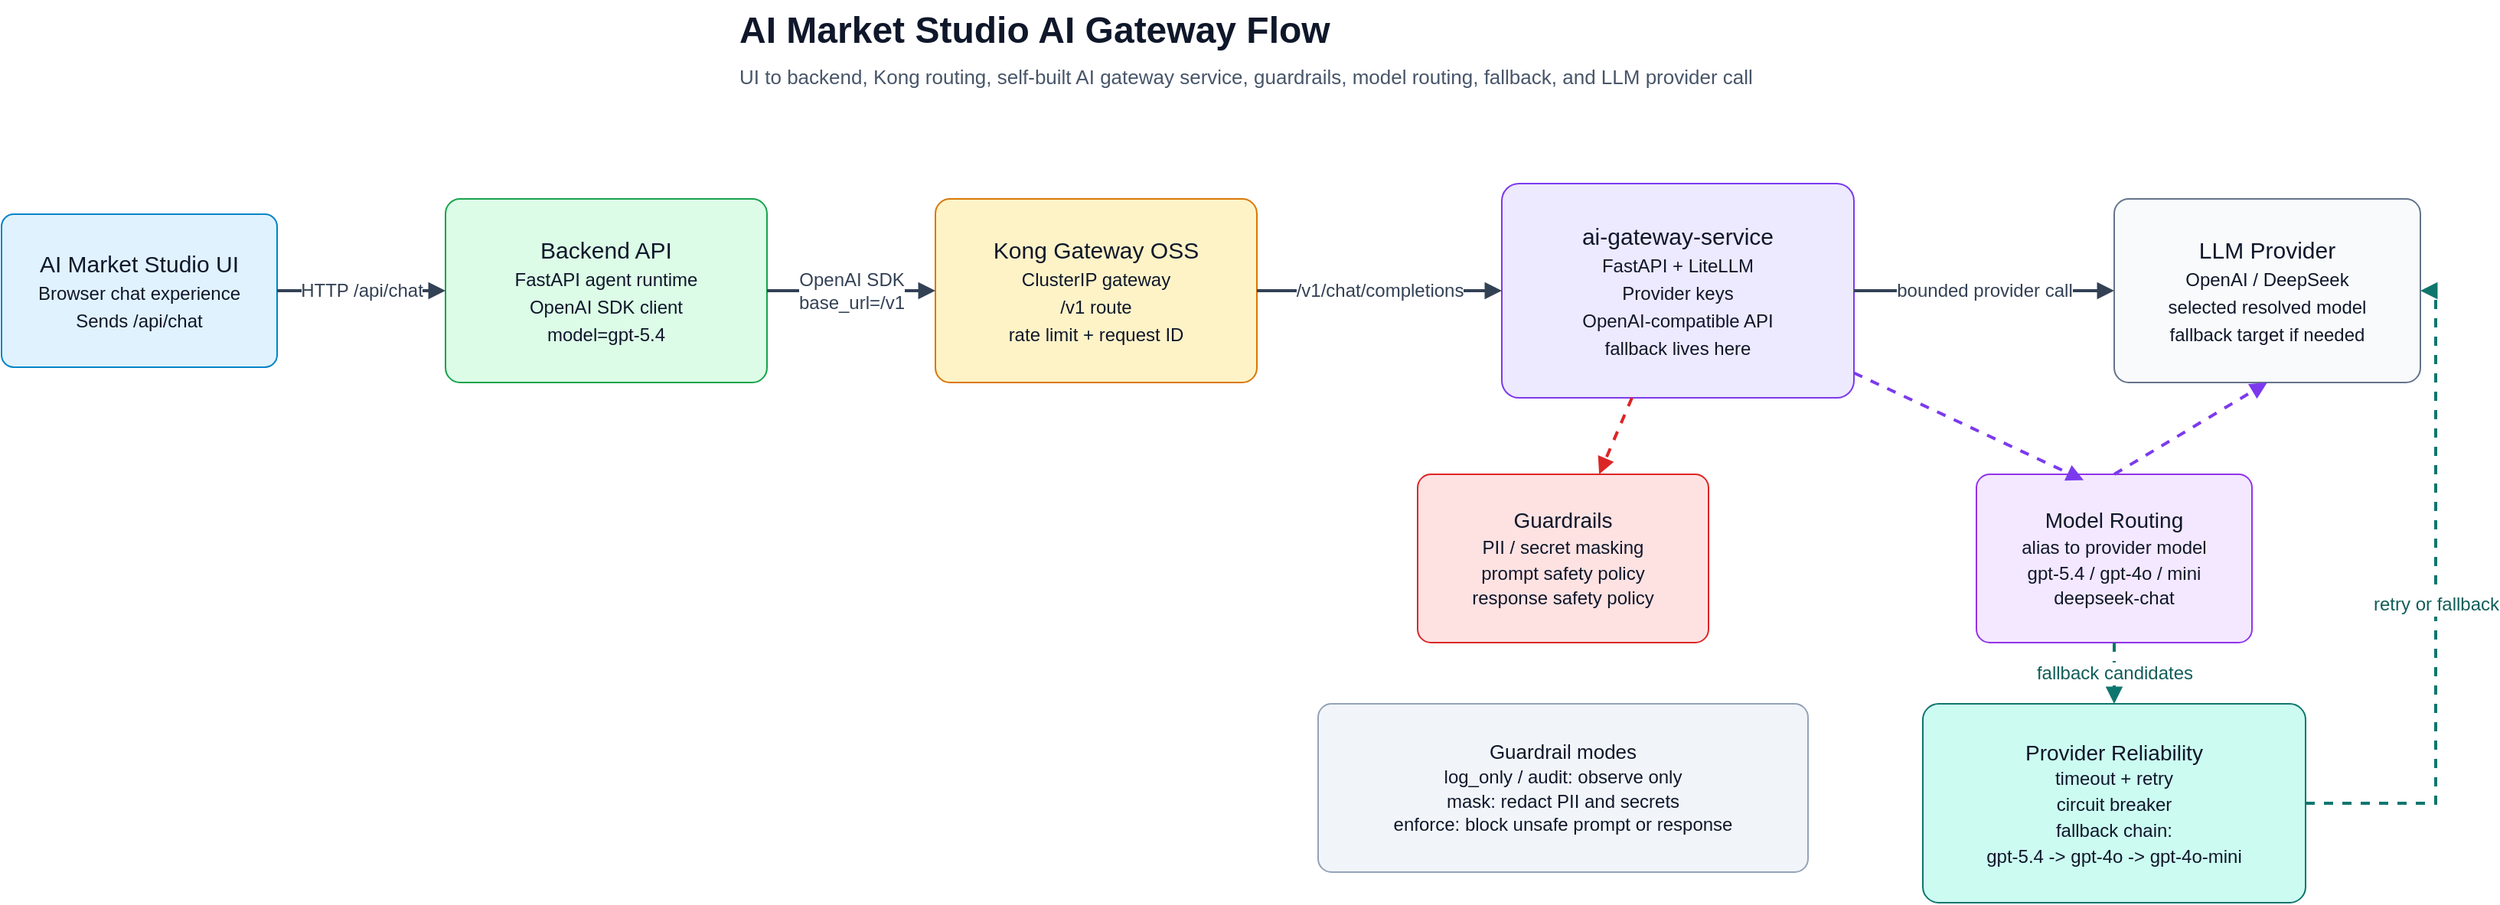
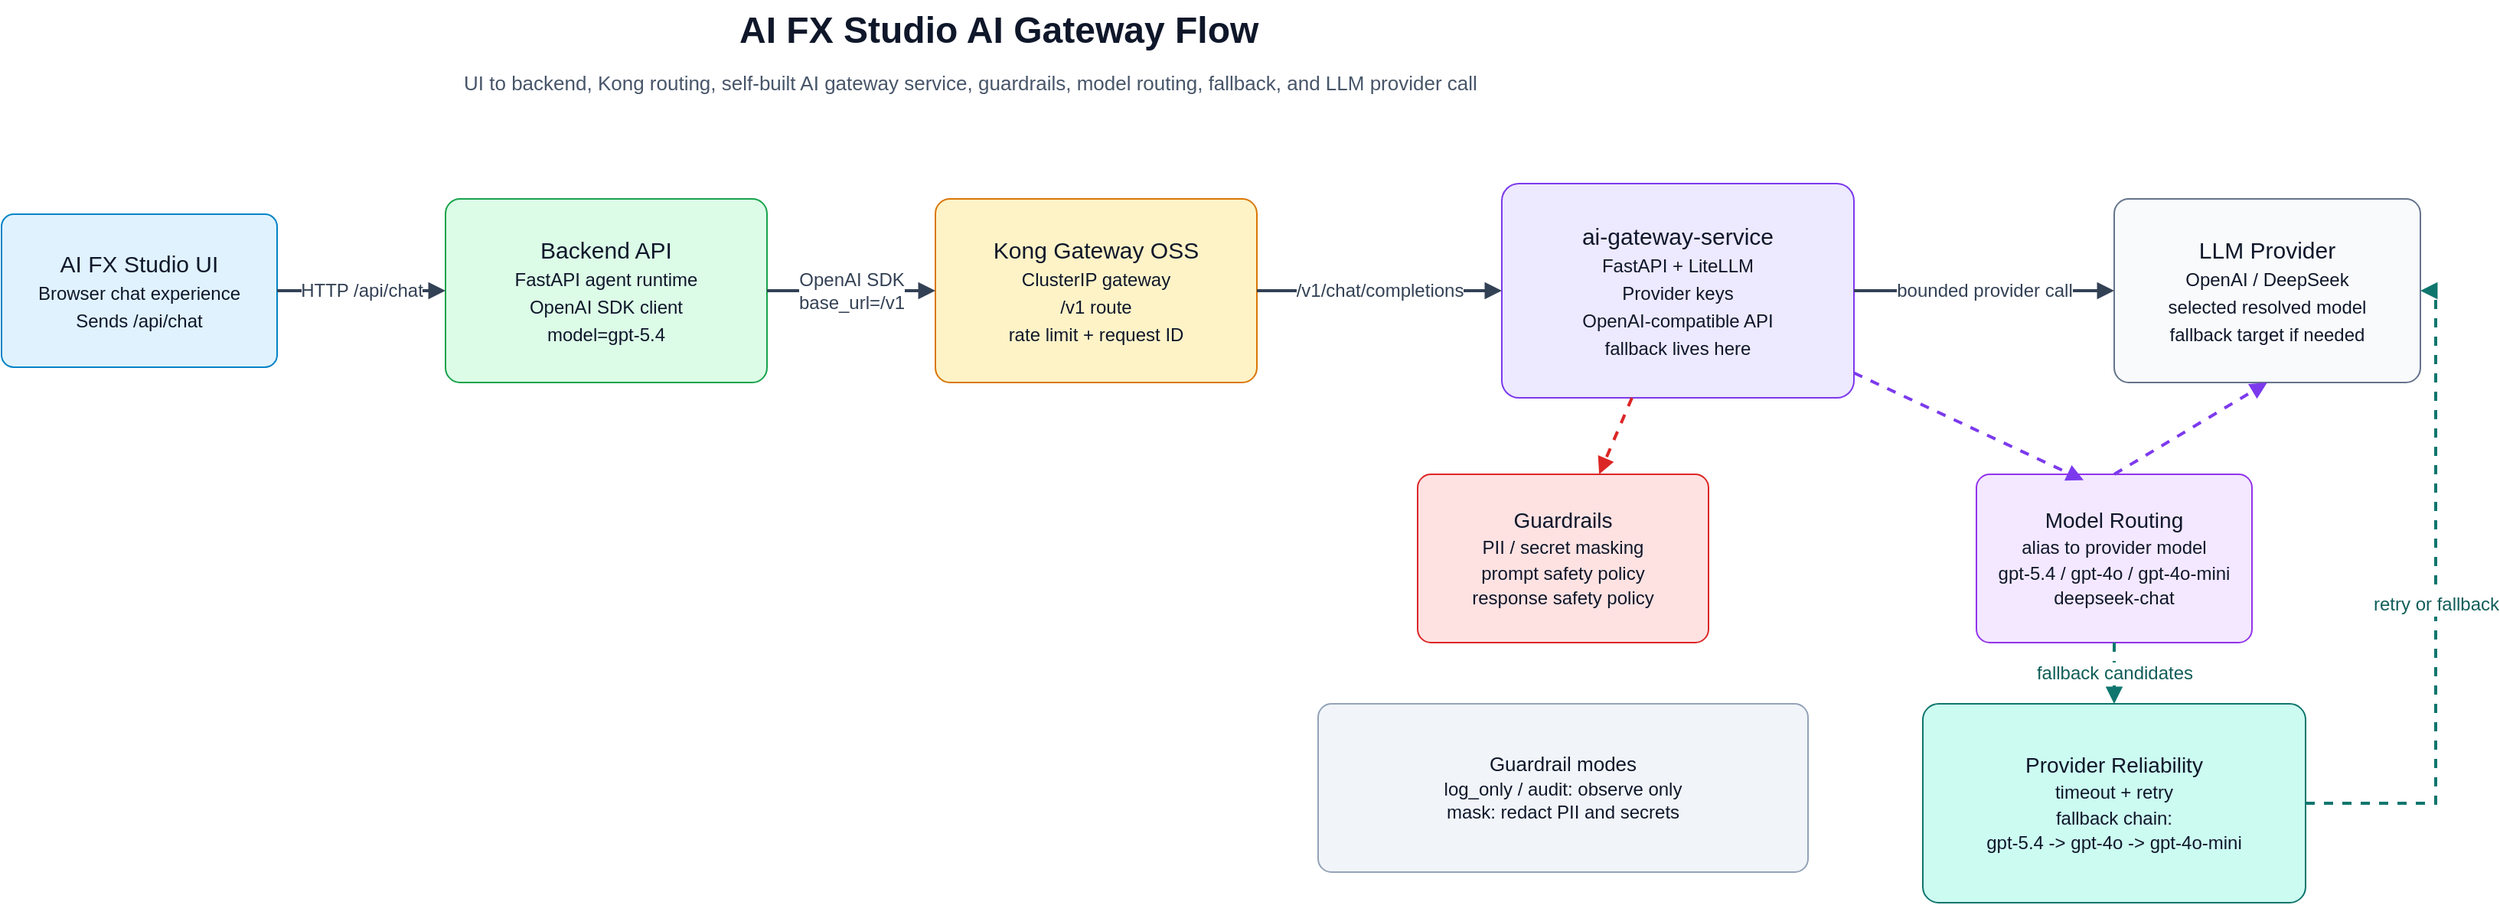
<mxfile host="Electron" agent="Mozilla/5.0 (Windows NT 10.0; Win64; x64) AppleWebKit/537.36 (KHTML, like Gecko) draw.io/29.6.6 Chrome/144.0.7559.236 Electron/40.8.4 Safari/537.36" version="29.6.6">
  <diagram id="d1o7QJQkpr1m-Xnipkdr" name="AI Gateway Flow">
-     <mxGraphModel dx="3487" dy="971" grid="1" gridSize="10" guides="1" tooltips="1" connect="1" arrows="1" fold="1" page="1" pageScale="1" pageWidth="1600" pageHeight="760" math="0" shadow="0">
+     <mxGraphModel dx="3592" dy="1024" grid="1" gridSize="10" guides="1" tooltips="1" connect="1" arrows="1" fold="1" page="1" pageScale="1" pageWidth="1600" pageHeight="760" math="0" shadow="0">
      <root>
        <mxCell id="0" />
        <mxCell id="1" parent="0" />
-         <mxCell id="title" parent="1" style="text;html=1;strokeColor=none;fillColor=none;align=left;verticalAlign=middle;whiteSpace=wrap;rounded=0;fontSize=24;fontStyle=1;fontColor=#0f172a;" value="AI Market Studio AI Gateway Flow" vertex="1">
+         <mxCell id="title" parent="1" style="text;html=1;strokeColor=none;fillColor=none;align=left;verticalAlign=middle;whiteSpace=wrap;rounded=0;fontSize=24;fontStyle=1;fontColor=#0f172a;" value="AI FX Studio AI Gateway Flow" vertex="1">
          <mxGeometry height="40" width="560" x="380" y="20" as="geometry" />
        </mxCell>
        <mxCell id="subtitle" parent="1" style="text;html=1;strokeColor=none;fillColor=none;align=left;verticalAlign=middle;whiteSpace=wrap;rounded=0;fontSize=13;fontColor=#475569;" value="UI to backend, Kong routing, self-built AI gateway service, guardrails, model routing, fallback, and LLM provider call" vertex="1">
-           <mxGeometry height="28" width="840" x="380" y="56" as="geometry" />
+           <mxGeometry height="28" width="840" x="200" y="60" as="geometry" />
        </mxCell>
-         <mxCell id="ui" parent="1" style="rounded=1;whiteSpace=wrap;html=1;arcSize=8;fillColor=#e0f2fe;strokeColor=#0284c7;fontColor=#0f172a;fontSize=15;spacing=10;" value="AI Market Studio UI&lt;br&gt;&lt;font style=&quot;font-size: 12px;&quot;&gt;Browser chat experience&lt;br&gt;Sends /api/chat&lt;/font&gt;" vertex="1">
+         <mxCell id="ui" parent="1" style="rounded=1;whiteSpace=wrap;html=1;arcSize=8;fillColor=#e0f2fe;strokeColor=#0284c7;fontColor=#0f172a;fontSize=15;spacing=10;" value="AI FX Studio UI&lt;br&gt;&lt;font style=&quot;font-size: 12px;&quot;&gt;Browser chat experience&lt;br&gt;Sends /api/chat&lt;/font&gt;" vertex="1">
          <mxGeometry height="100" width="180" x="-100" y="160" as="geometry" />
        </mxCell>
        <mxCell id="backend" parent="1" style="rounded=1;whiteSpace=wrap;html=1;arcSize=8;fillColor=#dcfce7;strokeColor=#16a34a;fontColor=#0f172a;fontSize=15;spacing=10;" value="Backend API&lt;br&gt;&lt;font style=&quot;font-size: 12px;&quot;&gt;FastAPI agent runtime&lt;br&gt;OpenAI SDK client&lt;br&gt;model=gpt-5.4&lt;/font&gt;" vertex="1">
          <mxGeometry height="120" width="210" x="190" y="150" as="geometry" />
        </mxCell>
        <mxCell id="kong" parent="1" style="rounded=1;whiteSpace=wrap;html=1;arcSize=8;fillColor=#fef3c7;strokeColor=#d97706;fontColor=#0f172a;fontSize=15;spacing=10;" value="Kong Gateway OSS&lt;br&gt;&lt;font style=&quot;font-size: 12px;&quot;&gt;ClusterIP gateway&lt;br&gt;/v1 route&lt;br&gt;rate limit + request ID&lt;/font&gt;" vertex="1">
          <mxGeometry height="120" width="210" x="510" y="150" as="geometry" />
        </mxCell>
        <mxCell id="gateway" parent="1" style="rounded=1;whiteSpace=wrap;html=1;arcSize=8;fillColor=#ede9fe;strokeColor=#7c3aed;fontColor=#0f172a;fontSize=15;spacing=10;" value="ai-gateway-service&lt;br&gt;&lt;font style=&quot;font-size: 12px;&quot;&gt;FastAPI + LiteLLM&lt;br&gt;Provider keys&lt;br&gt;OpenAI-compatible API&lt;br&gt;fallback lives here&lt;/font&gt;" vertex="1">
          <mxGeometry height="140" width="230" x="880" y="140" as="geometry" />
        </mxCell>
        <mxCell id="guardrails" parent="1" style="rounded=1;whiteSpace=wrap;html=1;arcSize=8;fillColor=#fee2e2;strokeColor=#dc2626;fontColor=#0f172a;fontSize=14;spacing=10;" value="Guardrails&lt;br&gt;&lt;font style=&quot;font-size: 12px;&quot;&gt;PII / secret masking&lt;br&gt;prompt safety policy&lt;br&gt;response safety policy&lt;/font&gt;" vertex="1">
          <mxGeometry height="110" width="190" x="825" y="330" as="geometry" />
        </mxCell>
-         <mxCell id="routing" parent="1" style="rounded=1;whiteSpace=wrap;html=1;arcSize=8;fillColor=#f3e8ff;strokeColor=#9333ea;fontColor=#0f172a;fontSize=14;spacing=10;" value="Model Routing&lt;br&gt;&lt;font style=&quot;font-size: 12px;&quot;&gt;alias to provider model&lt;br&gt;gpt-5.4 / gpt-4o / mini&lt;br&gt;deepseek-chat&lt;/font&gt;" vertex="1">
+         <mxCell id="routing" parent="1" style="rounded=1;whiteSpace=wrap;html=1;arcSize=8;fillColor=#f3e8ff;strokeColor=#9333ea;fontColor=#0f172a;fontSize=14;spacing=10;" value="Model Routing&lt;br&gt;&lt;font style=&quot;font-size: 12px;&quot;&gt;alias to provider model&lt;br&gt;gpt-5.4 / gpt-4o / gpt-4o-mini&lt;br&gt;deepseek-chat&lt;/font&gt;" vertex="1">
          <mxGeometry height="110" width="180" x="1190" y="330" as="geometry" />
        </mxCell>
-         <mxCell id="reliability" parent="1" style="rounded=1;whiteSpace=wrap;html=1;arcSize=8;fillColor=#ccfbf1;strokeColor=#0f766e;fontColor=#0f172a;fontSize=14;spacing=10;" value="Provider Reliability&lt;br&gt;&lt;font style=&quot;font-size: 12px;&quot;&gt;timeout + retry&lt;br&gt;circuit breaker&lt;br&gt;fallback chain:&lt;br&gt;gpt-5.4 -&amp;gt; gpt-4o -&amp;gt; gpt-4o-mini&lt;/font&gt;" vertex="1">
+         <mxCell id="reliability" parent="1" style="rounded=1;whiteSpace=wrap;html=1;arcSize=8;fillColor=#ccfbf1;strokeColor=#0f766e;fontColor=#0f172a;fontSize=14;spacing=10;" value="Provider Reliability&lt;br&gt;&lt;font style=&quot;font-size: 12px;&quot;&gt;timeout + retry&lt;br&gt;fallback chain:&lt;br&gt;gpt-5.4 -&amp;gt; gpt-4o -&amp;gt; gpt-4o-mini&lt;/font&gt;" vertex="1">
          <mxGeometry height="130" width="250" x="1155" y="480" as="geometry" />
        </mxCell>
        <mxCell id="provider" parent="1" style="rounded=1;whiteSpace=wrap;html=1;arcSize=8;fillColor=#f8fafc;strokeColor=#64748b;fontColor=#0f172a;fontSize=15;spacing=10;" value="LLM Provider&lt;br&gt;&lt;font style=&quot;font-size: 12px;&quot;&gt;OpenAI / DeepSeek&lt;br&gt;selected resolved model&lt;br&gt;fallback target if needed&lt;/font&gt;" vertex="1">
          <mxGeometry height="120" width="200" x="1280" y="150" as="geometry" />
        </mxCell>
-         <mxCell id="note" parent="1" style="rounded=1;whiteSpace=wrap;html=1;arcSize=8;fillColor=#f1f5f9;strokeColor=#94a3b8;fontColor=#0f172a;fontSize=13;spacing=10;" value="Guardrail modes&lt;br&gt;&lt;font style=&quot;font-size: 12px;&quot;&gt;log_only / audit: observe only&lt;br&gt;mask: redact PII and secrets&lt;br&gt;enforce: block unsafe prompt or response&lt;/font&gt;" vertex="1">
+         <mxCell id="note" parent="1" style="rounded=1;whiteSpace=wrap;html=1;arcSize=8;fillColor=#f1f5f9;strokeColor=#94a3b8;fontColor=#0f172a;fontSize=13;spacing=10;" value="Guardrail modes&lt;br&gt;&lt;font style=&quot;font-size: 12px;&quot;&gt;log_only / audit: observe only&lt;br&gt;mask: redact PII and secrets&lt;br&gt;&lt;/font&gt;" vertex="1">
          <mxGeometry height="110" width="320" x="760" y="480" as="geometry" />
        </mxCell>
        <mxCell id="e1" edge="1" parent="1" source="ui" style="endArrow=block;html=1;rounded=0;strokeWidth=2;strokeColor=#334155;fontSize=12;fontColor=#334155;" target="backend" value="HTTP /api/chat">
          <mxGeometry relative="1" as="geometry" />
        </mxCell>
        <mxCell id="e2" edge="1" parent="1" source="backend" style="endArrow=block;html=1;rounded=0;strokeWidth=2;strokeColor=#334155;fontSize=12;fontColor=#334155;" target="kong" value="OpenAI SDK&lt;br&gt;base_url=/v1">
          <mxGeometry relative="1" as="geometry" />
        </mxCell>
        <mxCell id="e3" edge="1" parent="1" source="kong" style="endArrow=block;html=1;rounded=0;strokeWidth=2;strokeColor=#334155;fontSize=12;fontColor=#334155;" target="gateway" value="/v1/chat/completions">
          <mxGeometry relative="1" as="geometry" />
        </mxCell>
        <mxCell id="e4" edge="1" parent="1" source="gateway" style="endArrow=block;html=1;rounded=0;strokeWidth=2;strokeColor=#334155;fontSize=12;fontColor=#334155;" target="provider" value="bounded provider call">
          <mxGeometry relative="1" as="geometry" />
        </mxCell>
        <mxCell id="e5" edge="1" parent="1" source="gateway" style="endArrow=block;html=1;rounded=0;dashed=1;strokeWidth=2;strokeColor=#dc2626;fontSize=12;fontColor=#991b1b;" target="guardrails" value="">
          <mxGeometry relative="1" as="geometry" />
        </mxCell>
        <mxCell id="e6" edge="1" parent="1" source="gateway" style="endArrow=block;html=1;rounded=0;dashed=1;strokeWidth=2;strokeColor=#7c3aed;fontSize=12;fontColor=#581c87;entryX=0.389;entryY=0.035;entryDx=0;entryDy=0;entryPerimeter=0;" target="routing" value="">
          <mxGeometry relative="1" as="geometry">
            <mxPoint x="1190" y="330" as="targetPoint" />
          </mxGeometry>
        </mxCell>
        <mxCell id="e8" edge="1" parent="1" source="routing" style="endArrow=block;html=1;rounded=0;dashed=1;strokeWidth=2;strokeColor=#0f766e;fontSize=12;fontColor=#115e59;" target="reliability" value="fallback candidates">
          <mxGeometry relative="1" as="geometry" />
        </mxCell>
        <mxCell id="e9" edge="1" parent="1" source="reliability" style="endArrow=block;html=1;rounded=0;dashed=1;strokeWidth=2;strokeColor=#0f766e;fontSize=12;fontColor=#115e59;" target="provider" value="retry or fallback">
          <mxGeometry relative="1" as="geometry">
            <Array as="points">
              <mxPoint x="1490" y="545" />
              <mxPoint x="1490" y="210" />
            </Array>
          </mxGeometry>
        </mxCell>
        <mxCell id="8oIVlzFwbt4lqKe2RscR-2" edge="1" parent="1" source="routing" style="endArrow=block;html=1;rounded=0;dashed=1;strokeWidth=2;strokeColor=#7c3aed;fontSize=12;fontColor=#581c87;exitX=0.5;exitY=0;exitDx=0;exitDy=0;entryX=0.5;entryY=1;entryDx=0;entryDy=0;" target="provider" value="">
          <mxGeometry relative="1" as="geometry">
            <mxPoint x="1190" y="350" as="sourcePoint" />
            <mxPoint x="1271" y="400" as="targetPoint" />
          </mxGeometry>
        </mxCell>
      </root>
    </mxGraphModel>
  </diagram>
</mxfile>
